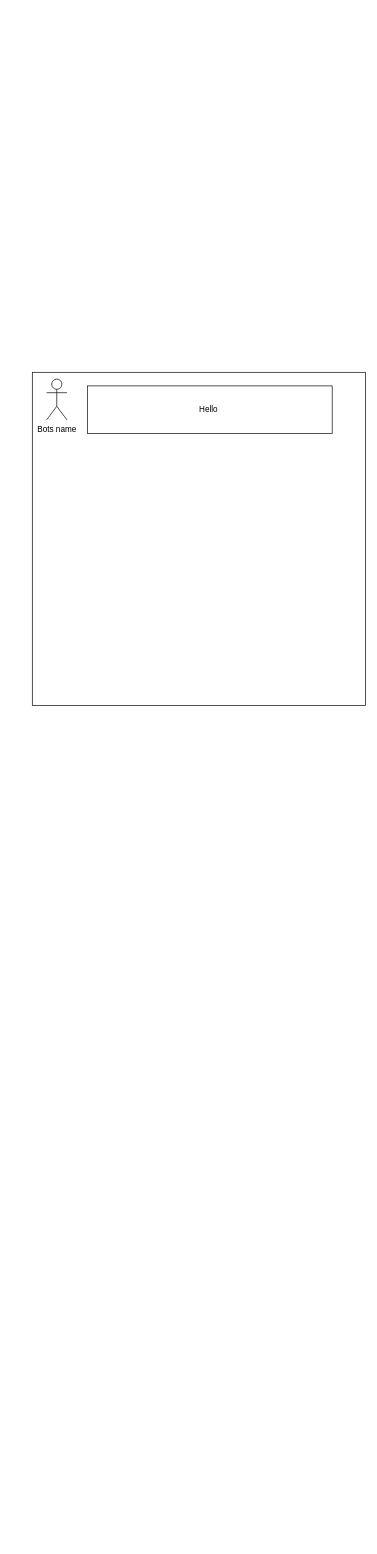
The draw.io diagram wireframe.drawio in carys23/hoilday-bot, before the edit. Source tidied: cells renumbered, new cells numbered last; positions are measured from the earlier drawing's top-left corner, leaving out a move shared by most shapes. Both pictures are drawn from the tidied source at 68%, with x=0, y=0 at pixel (32, 372).
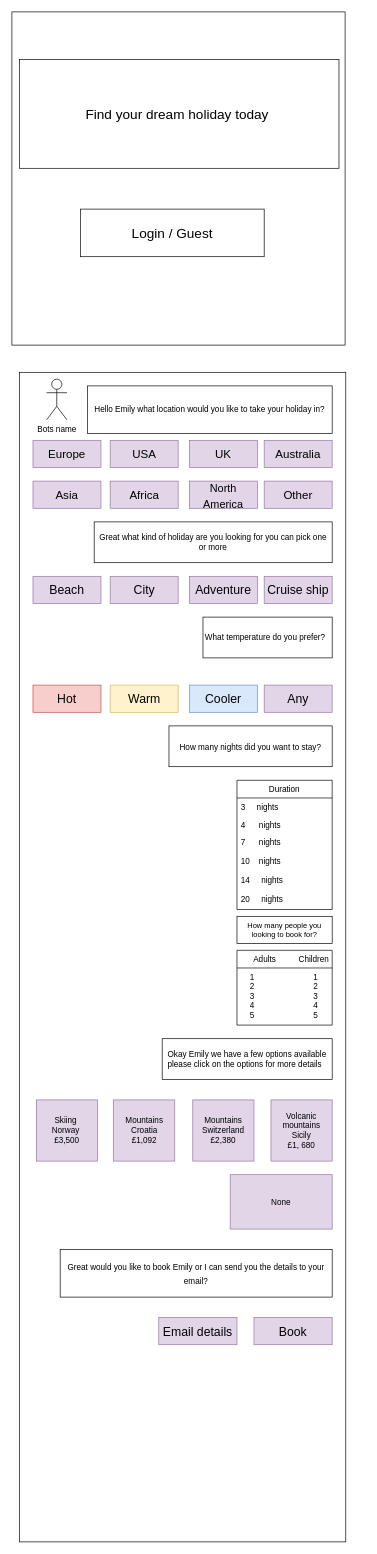
The same diagram, later.

Diff of the diagram source:
```diff
@@
-    <mxCell id="2" style="whiteSpace=wrap;html=1;align=left;" parent="1" vertex="1">
-      <mxGeometry width="490" height="490" as="geometry" />
+    <mxCell id="2" parent="1" vertex="1">
+      <mxGeometry x="-19" width="480" height="1720" as="geometry" />
     </mxCell>
@@
-    <mxCell id="4" value="Hello&amp;nbsp;" style="rounded=0;whiteSpace=wrap;html=1;" parent="1" vertex="1">
+    <mxCell id="4" value="Hello Emily what location would you like to take your holiday in?" style="rounded=0;whiteSpace=wrap;html=1;" parent="1" vertex="1">
       <mxGeometry x="81" y="20" width="360" height="70" as="geometry" />
     </mxCell>
+    <mxCell id="5" style="whiteSpace=wrap;html=1;align=left;" parent="1" vertex="1">
+      <mxGeometry x="-30" y="-530" width="490" height="490" as="geometry" />
+    </mxCell>
+    <mxCell id="6" value="&lt;font style=&quot;font-size: 20px;&quot;&gt;Find your dream holiday today&amp;nbsp;&lt;/font&gt;" style="rounded=0;whiteSpace=wrap;html=1;" parent="1" vertex="1">
+      <mxGeometry x="-19" y="-460" width="470" height="160" as="geometry" />
+    </mxCell>
+    <mxCell id="7" value="Login / Guest" style="rounded=0;whiteSpace=wrap;html=1;fontSize=20;" parent="1" vertex="1">
+      <mxGeometry x="71" y="-240" width="270" height="70" as="geometry" />
+    </mxCell>
+    <mxCell id="8" value="&lt;font style=&quot;font-size: 17px;&quot;&gt;UK&lt;/font&gt;" style="rounded=0;whiteSpace=wrap;html=1;fontSize=20;fillColor=#e1d5e7;strokeColor=#9673a6;" parent="1" vertex="1">
+      <mxGeometry x="231" y="100" width="100" height="40" as="geometry" />
+    </mxCell>
+    <mxCell id="9" value="&lt;font style=&quot;font-size: 17px;&quot;&gt;Other&lt;/font&gt;" style="rounded=0;whiteSpace=wrap;html=1;fontSize=20;fillColor=#e1d5e7;strokeColor=#9673a6;" parent="1" vertex="1">
+      <mxGeometry x="341" y="160" width="100" height="40" as="geometry" />
+    </mxCell>
+    <mxCell id="10" value="&lt;font style=&quot;font-size: 17px;&quot;&gt;USA&lt;/font&gt;" style="rounded=0;whiteSpace=wrap;html=1;fontSize=20;fillColor=#e1d5e7;strokeColor=#9673a6;" parent="1" vertex="1">
+      <mxGeometry x="114.5" y="100" width="100" height="40" as="geometry" />
+    </mxCell>
+    <mxCell id="11" value="&lt;font style=&quot;font-size: 17px;&quot;&gt;Europe&lt;/font&gt;" style="rounded=0;whiteSpace=wrap;html=1;fontSize=20;fillColor=#e1d5e7;strokeColor=#9673a6;" parent="1" vertex="1">
+      <mxGeometry x="1" y="100" width="100" height="40" as="geometry" />
+    </mxCell>
+    <mxCell id="12" value="Great what kind of holiday are you looking for you can pick one or more" style="rounded=0;whiteSpace=wrap;html=1;fontSize=12;" parent="1" vertex="1">
+      <mxGeometry x="91" y="220" width="350" height="60" as="geometry" />
+    </mxCell>
+    <mxCell id="13" value="&lt;font style=&quot;font-size: 18px;&quot;&gt;Beach&lt;/font&gt;" style="rounded=0;whiteSpace=wrap;html=1;fontSize=20;fillColor=#e1d5e7;strokeColor=#9673a6;" parent="1" vertex="1">
+      <mxGeometry x="1" y="300" width="100" height="40" as="geometry" />
+    </mxCell>
+    <mxCell id="14" value="&lt;font style=&quot;font-size: 18px;&quot;&gt;City&lt;/font&gt;" style="rounded=0;whiteSpace=wrap;html=1;fontSize=20;fillColor=#e1d5e7;strokeColor=#9673a6;" parent="1" vertex="1">
+      <mxGeometry x="114.5" y="300" width="100" height="40" as="geometry" />
+    </mxCell>
+    <mxCell id="15" value="&lt;font style=&quot;font-size: 18px;&quot;&gt;Adventure&lt;/font&gt;" style="rounded=0;whiteSpace=wrap;html=1;fontSize=20;fillColor=#e1d5e7;strokeColor=#9673a6;" parent="1" vertex="1">
+      <mxGeometry x="231" y="300" width="100" height="40" as="geometry" />
+    </mxCell>
+    <mxCell id="16" value="&lt;font style=&quot;font-size: 18px;&quot;&gt;Cruise ship&lt;/font&gt;" style="rounded=0;whiteSpace=wrap;html=1;fontSize=20;fillColor=#e1d5e7;strokeColor=#9673a6;" parent="1" vertex="1">
+      <mxGeometry x="341" y="300" width="100" height="40" as="geometry" />
+    </mxCell>
+    <mxCell id="17" value="&lt;font style=&quot;font-size: 12px;&quot;&gt;How many nights did you want to stay?&lt;/font&gt;" style="rounded=0;whiteSpace=wrap;html=1;fontSize=18;" parent="1" vertex="1">
+      <mxGeometry x="201" y="520" width="240" height="60" as="geometry" />
+    </mxCell>
+    <mxCell id="18" value="&lt;font style=&quot;font-size: 17px;&quot;&gt;Asia&lt;/font&gt;" style="rounded=0;whiteSpace=wrap;html=1;fontSize=20;fillColor=#e1d5e7;strokeColor=#9673a6;" parent="1" vertex="1">
+      <mxGeometry x="1" y="160" width="100" height="40" as="geometry" />
+    </mxCell>
+    <mxCell id="19" value="&lt;font style=&quot;font-size: 17px;&quot;&gt;Australia&lt;/font&gt;" style="rounded=0;whiteSpace=wrap;html=1;fontSize=20;fillColor=#e1d5e7;strokeColor=#9673a6;" parent="1" vertex="1">
+      <mxGeometry x="341" y="100" width="100" height="40" as="geometry" />
+    </mxCell>
+    <mxCell id="20" value="&lt;font style=&quot;font-size: 16px;&quot;&gt;North America&lt;/font&gt;" style="rounded=0;whiteSpace=wrap;html=1;fontSize=20;fillColor=#e1d5e7;strokeColor=#9673a6;" parent="1" vertex="1">
+      <mxGeometry x="231" y="160" width="100" height="40" as="geometry" />
+    </mxCell>
+    <mxCell id="21" value="&lt;font style=&quot;font-size: 17px;&quot;&gt;Africa&lt;/font&gt;" style="rounded=0;whiteSpace=wrap;html=1;fontSize=20;fillColor=#e1d5e7;strokeColor=#9673a6;" parent="1" vertex="1">
+      <mxGeometry x="114.5" y="160" width="100" height="40" as="geometry" />
+    </mxCell>
+    <mxCell id="22" value="What temperature do you prefer?&amp;nbsp;&amp;nbsp;" style="rounded=0;whiteSpace=wrap;html=1;fontSize=12;" parent="1" vertex="1">
+      <mxGeometry x="251" y="360" width="190" height="60" as="geometry" />
+    </mxCell>
+    <mxCell id="23" value="&lt;font style=&quot;font-size: 18px;&quot;&gt;Hot&lt;/font&gt;" style="rounded=0;whiteSpace=wrap;html=1;fontSize=20;fillColor=#f8cecc;strokeColor=#b85450;" parent="1" vertex="1">
+      <mxGeometry x="1" y="460" width="100" height="40" as="geometry" />
+    </mxCell>
+    <mxCell id="24" value="&lt;span style=&quot;font-size: 18px;&quot;&gt;Warm&lt;/span&gt;" style="rounded=0;whiteSpace=wrap;html=1;fontSize=20;fillColor=#fff2cc;strokeColor=#d6b656;" parent="1" vertex="1">
+      <mxGeometry x="114.5" y="460" width="100" height="40" as="geometry" />
+    </mxCell>
+    <mxCell id="25" value="&lt;font style=&quot;font-size: 18px;&quot;&gt;Cooler&lt;/font&gt;" style="rounded=0;whiteSpace=wrap;html=1;fontSize=20;fillColor=#dae8fc;strokeColor=#6c8ebf;" parent="1" vertex="1">
+      <mxGeometry x="231" y="460" width="100" height="40" as="geometry" />
+    </mxCell>
+    <mxCell id="26" value="&lt;span style=&quot;font-size: 18px;&quot;&gt;Any&lt;/span&gt;" style="rounded=0;whiteSpace=wrap;html=1;fontSize=20;fillColor=#e1d5e7;strokeColor=#9673a6;" parent="1" vertex="1">
+      <mxGeometry x="341" y="460" width="100" height="40" as="geometry" />
+    </mxCell>
+    <mxCell id="27" value="Duration" style="swimlane;fontStyle=0;horizontal=1;startSize=26;fillColor=none;fontSize=12;" parent="1" vertex="1">
+      <mxGeometry x="301" y="600" width="140" height="190" as="geometry" />
+    </mxCell>
+    <mxCell id="28" value="3     nights" style="text;strokeColor=none;fillColor=none;align=left;verticalAlign=top;spacingLeft=4;spacingRight=4;overflow=hidden;fontSize=12;" parent="27" vertex="1">
+      <mxGeometry y="26" width="140" height="26" as="geometry" />
+    </mxCell>
+    <mxCell id="29" value="4      nights" style="text;strokeColor=none;fillColor=none;align=left;verticalAlign=top;spacingLeft=4;spacingRight=4;overflow=hidden;fontSize=12;" parent="27" vertex="1">
+      <mxGeometry y="52" width="140" height="26" as="geometry" />
+    </mxCell>
+    <mxCell id="30" value="7      nights&#10;&#10;10    nights&#10;&#10;14     nights&#10;&#10;20     nights" style="text;strokeColor=none;fillColor=none;align=left;verticalAlign=top;spacingLeft=4;spacingRight=4;overflow=hidden;fontSize=12;" parent="27" vertex="1">
+      <mxGeometry y="78" width="140" height="112" as="geometry" />
+    </mxCell>
+    <mxCell id="31" value="Okay Emily we have a few options available please click on the options for more details&amp;nbsp;&amp;nbsp;" style="rounded=0;whiteSpace=wrap;html=1;fontSize=12;" parent="1" vertex="1">
+      <mxGeometry x="191" y="980" width="250" height="60" as="geometry" />
+    </mxCell>
+    <mxCell id="32" value="&lt;font style=&quot;font-size: 12px;&quot;&gt;Skiing&amp;nbsp;&lt;br&gt;Norway&amp;nbsp;&lt;br&gt;£3,500&lt;/font&gt;" style="whiteSpace=wrap;html=1;fontSize=12;fillColor=#e1d5e7;strokeColor=#9673a6;" parent="1" vertex="1">
+      <mxGeometry x="6" y="1070" width="90" height="90" as="geometry" />
+    </mxCell>
+    <mxCell id="33" value="How many people you looking to book for?" style="rounded=0;whiteSpace=wrap;html=1;fontSize=11;" parent="1" vertex="1">
+      <mxGeometry x="301" y="800" width="140" height="40" as="geometry" />
+    </mxCell>
+    <mxCell id="34" value="      Adults          Children" style="swimlane;fontStyle=0;horizontal=1;startSize=26;fillColor=none;fontSize=12;" parent="1" vertex="1">
+      <mxGeometry x="301" y="850" width="140" height="110" as="geometry" />
+    </mxCell>
+    <mxCell id="35" value="    1                          1&#10;    2                          2&#10;    3                          3&#10;    4                          4&#10;    5                          5" style="text;strokeColor=none;fillColor=none;align=left;verticalAlign=top;spacingLeft=4;spacingRight=4;overflow=hidden;fontSize=12;" parent="34" vertex="1">
+      <mxGeometry y="26" width="140" height="84" as="geometry" />
+    </mxCell>
+    <mxCell id="36" value="Mountains&lt;br&gt;Croatia&lt;br&gt;£1,092" style="whiteSpace=wrap;html=1;fontSize=12;fillColor=#e1d5e7;strokeColor=#9673a6;" parent="1" vertex="1">
+      <mxGeometry x="119.5" y="1070" width="90" height="90" as="geometry" />
+    </mxCell>
+    <mxCell id="37" value="Mountains&lt;br&gt;Switzerland&lt;br&gt;£2,380" style="whiteSpace=wrap;html=1;fontSize=12;fillColor=#e1d5e7;strokeColor=#9673a6;" parent="1" vertex="1">
+      <mxGeometry x="236" y="1070" width="90" height="90" as="geometry" />
+    </mxCell>
+    <mxCell id="38" value="Volcanic&lt;br&gt;mountains&lt;br&gt;Sicily&lt;br&gt;£1, 680&lt;br&gt;" style="whiteSpace=wrap;html=1;fontSize=12;fillColor=#e1d5e7;strokeColor=#9673a6;" parent="1" vertex="1">
+      <mxGeometry x="351" y="1070" width="90" height="90" as="geometry" />
+    </mxCell>
+    <mxCell id="39" value="None" style="fillColor=#e1d5e7;strokeColor=#9673a6;" parent="1" vertex="1">
+      <mxGeometry x="291" y="1180" width="150" height="80" as="geometry" />
+    </mxCell>
+    <mxCell id="40" value="&lt;font style=&quot;font-size: 12px;&quot;&gt;Great would you like to book Emily or I can send you the details to your email?&lt;/font&gt;" style="rounded=0;whiteSpace=wrap;html=1;fontSize=16;" parent="1" vertex="1">
+      <mxGeometry x="41" y="1290" width="400" height="70" as="geometry" />
+    </mxCell>
+    <mxCell id="41" value="&lt;font style=&quot;font-size: 18px;&quot;&gt;Book&lt;/font&gt;" style="rounded=0;whiteSpace=wrap;html=1;fontSize=20;fillColor=#e1d5e7;strokeColor=#9673a6;" parent="1" vertex="1">
+      <mxGeometry x="326" y="1390" width="115" height="40" as="geometry" />
+    </mxCell>
+    <mxCell id="42" value="&lt;font style=&quot;font-size: 18px;&quot;&gt;Email details&lt;/font&gt;" style="rounded=0;whiteSpace=wrap;html=1;fontSize=20;fillColor=#e1d5e7;strokeColor=#9673a6;" parent="1" vertex="1">
+      <mxGeometry x="186" y="1390" width="115" height="40" as="geometry" />
+    </mxCell>
```
